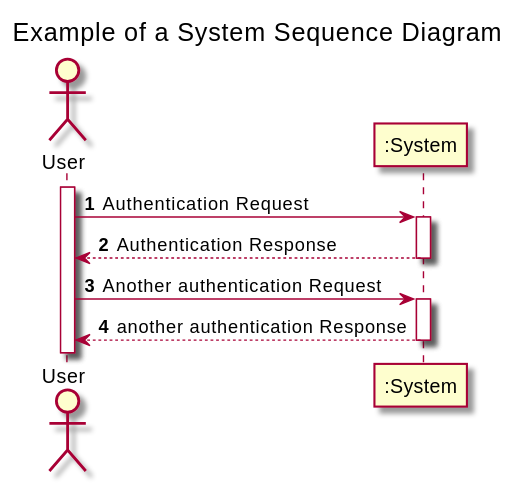
Above: docs/Sprint3/US024/US024-SSD.svg in nunogon1211787/projectManagement (PlantUML), before the change.
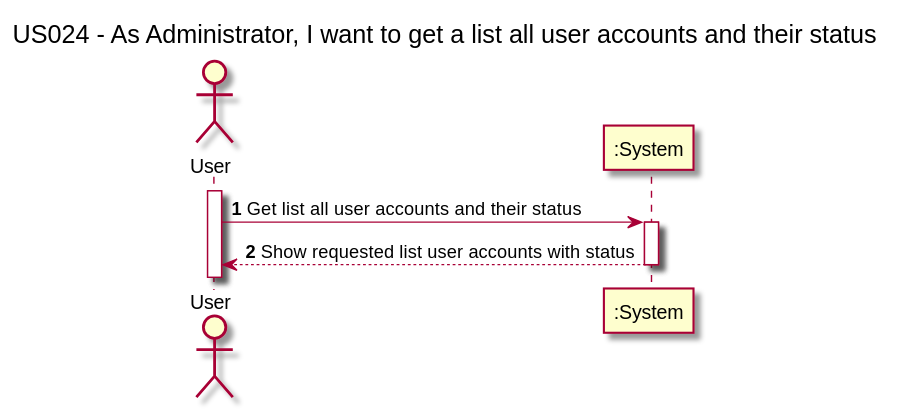
Later version of the same file.

The edit, as a diff of the source:
```diff
@@ -1,6 +1,6 @@
 @startuml
 
-title Example of a System Sequence Diagram
+title US024 - As Administrator, I want to get a list all user accounts and their status
 
 autoactivate on
 autonumber
@@ -10,9 +10,7 @@
 
 activate User
 
-User -> System: Authentication Request
-System --> User: Authentication Response
+User -> System: Get list all user accounts and their status
+System --> User: Show requested list user accounts with status
 
-User -> System: Another authentication Request
-User <-- System: another authentication Response
 @enduml
```
